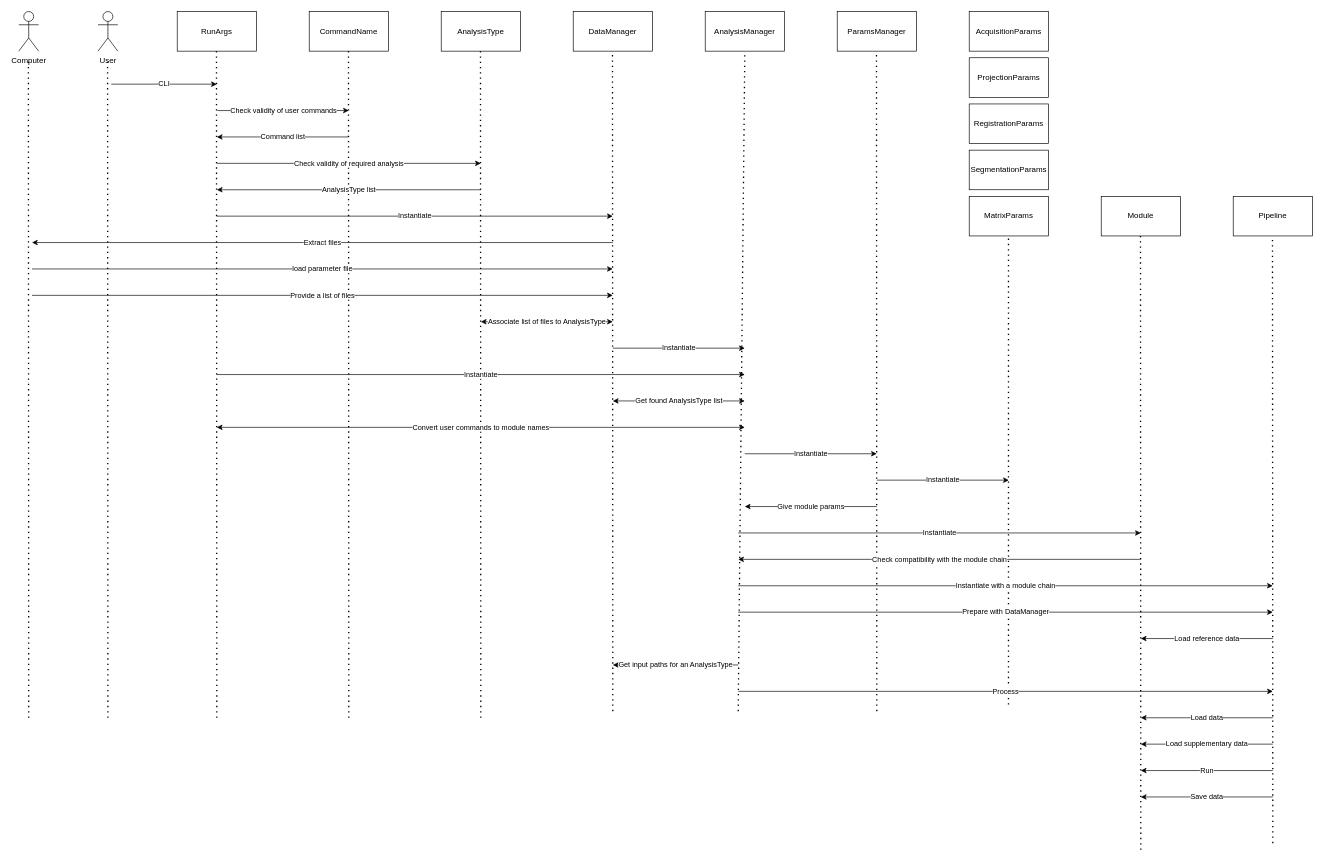
Before: docs/diagram_sequence_pylot.drawio in XDevos/chromapylot, a draw.io diagram. Source tidied: cells renumbered, new cells numbered last; positions are measured from the earlier drawing's top-left corner, leaving out a move shared by most shapes. Both pictures are drawn from the tidied source at 66%, with x=0, y=0 at pixel (18, 11).
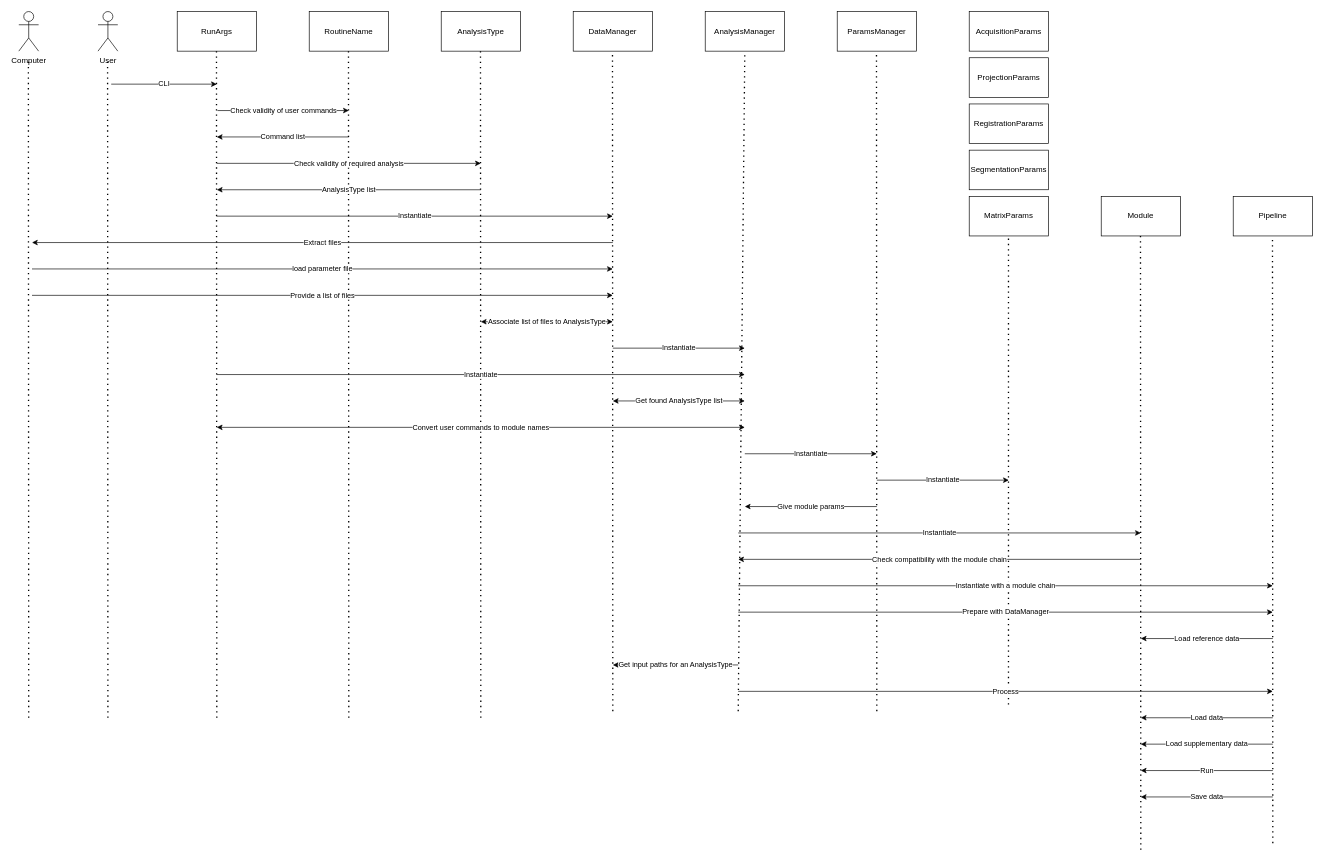
The same page after the edit.

Commit message (it also covers changes not shown here):
Change ModuleName to RoutineName

What changed in the source:
```diff
@@
-    <mxCell id="8" value="CommandName" style="rounded=0;whiteSpace=wrap;html=1;" parent="1" vertex="1">
+    <mxCell id="8" value="RoutineName" style="rounded=0;whiteSpace=wrap;html=1;" parent="1" vertex="1">
       <mxGeometry x="440" width="120" height="60" as="geometry" />
     </mxCell>
```
